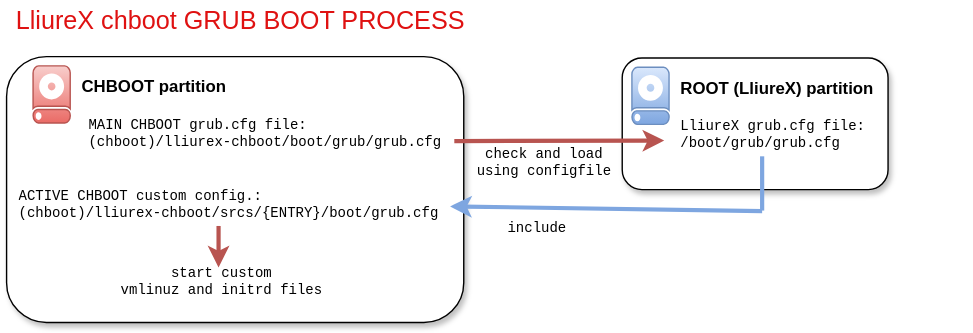
lliurex/lliurex-chboot keeps this draw.io diagram as images/chboot-boot.svg. Above is the earlier version. Source tidied: cells renumbered, new cells last; positions are measured from the earlier drawing's top-left corner, leaving out a move shared by most shapes.
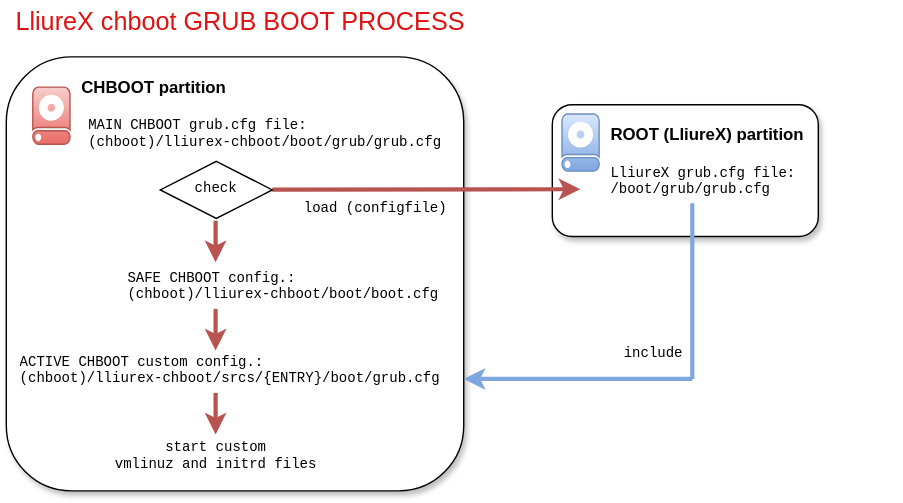
Later version of the same file.

Diff of the diagram source:
```diff
@@ -8,7 +8,7 @@
       </mxCell>
     </object>
     <mxCell id="3" style="rounded=1;whiteSpace=wrap;html=1;textShadow=0;labelBorderColor=default;spacingRight=0;labelBackgroundColor=none;spacingBottom=0;shadow=1;" parent="1" vertex="1">
-      <mxGeometry y="40" width="326.7" height="190" as="geometry" />
+      <mxGeometry y="40" width="326.7" height="310" as="geometry" />
     </mxCell>
     <object id="4" label="&lt;span style=&quot;text-wrap-mode: nowrap;&quot;&gt;&lt;font&gt;&lt;b&gt;CHBOOT&amp;nbsp;partition&lt;/b&gt;&amp;nbsp;&lt;/font&gt;&lt;/span&gt;" name="Variable" placeholders="1">
       <mxCell style="text;html=1;strokeColor=none;fillColor=none;align=left;verticalAlign=middle;whiteSpace=wrap;overflow=hidden;" parent="1" vertex="1">
@@ -21,66 +21,87 @@
       </mxCell>
     </object>
     <mxCell id="6" style="shadow=0;dashed=0;html=1;strokeColor=#b85450;fillColor=#f8cecc;labelPosition=center;verticalLabelPosition=bottom;verticalAlign=top;align=center;shape=mxgraph.veeam.2d.hard_drive;gradientColor=#ea6b66;" parent="1" vertex="1">
-      <mxGeometry x="18.9" y="46.6" width="26.7" height="40.8" as="geometry" />
+      <mxGeometry x="18.9" y="61.6" width="26.7" height="40.8" as="geometry" />
     </mxCell>
     <mxCell id="7" style="rounded=1;whiteSpace=wrap;html=1;textShadow=0;labelBorderColor=default;spacingRight=0;labelBackgroundColor=none;spacingBottom=0;shadow=1;" parent="1" vertex="1">
-      <mxGeometry x="440" y="41" width="190" height="94" as="geometry" />
+      <mxGeometry x="390" y="74.2" width="190" height="94" as="geometry" />
     </mxCell>
     <object id="8" label="&lt;span style=&quot;text-wrap-mode: nowrap;&quot;&gt;&lt;font&gt;&lt;b&gt;ROOT (LliureX) partition&lt;/b&gt;&amp;nbsp;&lt;/font&gt;&lt;/span&gt;" name="Variable" placeholders="1">
       <mxCell style="text;html=1;strokeColor=none;fillColor=none;align=left;verticalAlign=middle;whiteSpace=wrap;overflow=hidden;" parent="1" vertex="1">
-        <mxGeometry x="480" y="50.2" width="210" height="25" as="geometry" />
+        <mxGeometry x="430" y="83.5" width="210" height="25" as="geometry" />
       </mxCell>
     </object>
     <object id="9" label="LliureX grub.cfg file:&lt;br&gt;/boot/grub/grub.cfg" name="Variable" placeholders="1">
       <mxCell style="text;html=1;strokeColor=none;fillColor=none;align=left;verticalAlign=middle;whiteSpace=wrap;overflow=hidden;fontFamily=Courier New;fontSize=10;" parent="1" vertex="1">
-        <mxGeometry x="480" y="81.2" width="140" height="30" as="geometry" />
+        <mxGeometry x="430" y="114.5" width="140" height="30" as="geometry" />
       </mxCell>
     </object>
     <mxCell id="10" style="shadow=0;dashed=0;html=1;strokeColor=#6c8ebf;fillColor=#dae8fc;labelPosition=center;verticalLabelPosition=bottom;verticalAlign=top;align=center;shape=mxgraph.veeam.2d.hard_drive;gradientColor=#7ea6e0;" parent="1" vertex="1">
-      <mxGeometry x="446.9" y="47.6" width="26.7" height="40.8" as="geometry" />
+      <mxGeometry x="396.9" y="80.8" width="26.7" height="40.8" as="geometry" />
     </mxCell>
     <mxCell id="11" style="endArrow=classic;html=1;rounded=0;fillColor=#f8cecc;gradientColor=#ea6b66;strokeColor=#b85450;strokeWidth=3;" parent="1" edge="1">
       <mxGeometry relative="1" as="geometry">
-        <mxPoint x="320" y="100.3" as="sourcePoint" />
-        <mxPoint x="470" y="100" as="targetPoint" />
+        <mxPoint x="190" y="134.8" as="sourcePoint" />
+        <mxPoint x="410" y="134.5" as="targetPoint" />
       </mxGeometry>
     </mxCell>
-    <object id="12" label="check and load&lt;br&gt;using configfile" name="Variable" placeholders="1">
+    <object id="12" label="load (configfile)" name="Variable" placeholders="1">
       <mxCell style="text;html=1;strokeColor=none;fillColor=none;align=center;verticalAlign=middle;whiteSpace=wrap;overflow=hidden;fontFamily=Courier New;fontSize=10;" parent="1" vertex="1">
-        <mxGeometry x="332" y="95.2" width="105.3" height="40.8" as="geometry" />
+        <mxGeometry x="190" y="127.5" width="148.3" height="40.8" as="geometry" />
       </mxCell>
     </object>
     <object id="13" label="ACTIVE CHBOOT custom config.:&lt;br&gt;(chboot)/lliurex-chboot/srcs/{ENTRY}/boot/grub.cfg&lt;div&gt;&lt;br&gt;&lt;/div&gt;" name="Variable" placeholders="1">
       <mxCell style="text;html=1;strokeColor=none;fillColor=none;align=left;verticalAlign=middle;whiteSpace=wrap;overflow=hidden;fontFamily=Courier New;fontSize=10;" parent="1" vertex="1">
-        <mxGeometry x="7" y="132" width="310" height="30" as="geometry" />
+        <mxGeometry x="8.4" y="250" width="310" height="30" as="geometry" />
       </mxCell>
     </object>
     <mxCell id="14" style="endArrow=none;html=1;rounded=0;defaultLabelBackgroundColor=page;labelPadding=0 4;strokeWidth=3;fillColor=#cce5ff;strokeColor=#7EA6E0;" parent="1" edge="1">
       <mxGeometry relative="1" as="geometry">
-        <mxPoint x="540" y="150" as="sourcePoint" />
-        <mxPoint x="540" y="111.2" as="targetPoint" />
+        <mxPoint x="490" y="270" as="sourcePoint" />
+        <mxPoint x="490" y="144.5" as="targetPoint" />
       </mxGeometry>
     </mxCell>
-    <mxCell id="15" style="endArrow=classic;html=1;rounded=0;fillColor=#f8cecc;gradientColor=#ea6b66;strokeColor=#7EA6E0;strokeWidth=3;entryX=1;entryY=0.5;entryDx=0;entryDy=0;" parent="1" edge="1" target="13">
+    <mxCell id="15" style="endArrow=classic;html=1;rounded=0;fillColor=#f8cecc;gradientColor=#ea6b66;strokeColor=#7EA6E0;strokeWidth=3;entryX=1;entryY=0.5;entryDx=0;entryDy=0;" parent="1" edge="1">
       <mxGeometry relative="1" as="geometry">
-        <mxPoint x="540" y="150.3" as="sourcePoint" />
+        <mxPoint x="490" y="270" as="sourcePoint" />
+        <mxPoint x="326.7" y="270" as="targetPoint" />
       </mxGeometry>
     </mxCell>
     <object id="16" label="include" name="Variable" placeholders="1">
       <mxCell style="text;html=1;strokeColor=none;fillColor=none;align=center;verticalAlign=middle;whiteSpace=wrap;overflow=hidden;fontFamily=Courier New;fontSize=10;" parent="1" vertex="1">
-        <mxGeometry x="326.7" y="150" width="105.3" height="25" as="geometry" />
+        <mxGeometry x="410" y="240" width="105.3" height="25" as="geometry" />
       </mxCell>
     </object>
     <mxCell id="17" style="endArrow=classic;html=1;rounded=0;fillColor=#f8cecc;gradientColor=#ea6b66;strokeColor=#b85450;strokeWidth=3;" parent="1" edge="1">
       <mxGeometry relative="1" as="geometry">
-        <mxPoint x="151.5" y="161" as="sourcePoint" />
-        <mxPoint x="151.5" y="190.7" as="targetPoint" />
+        <mxPoint x="149.5" y="157" as="sourcePoint" />
+        <mxPoint x="149.5" y="186.7" as="targetPoint" />
       </mxGeometry>
     </mxCell>
     <object id="18" label="start custom&lt;br&gt;vmlinuz and initrd files" name="Variable" placeholders="1">
       <mxCell style="text;html=1;strokeColor=none;fillColor=none;align=center;verticalAlign=middle;whiteSpace=wrap;overflow=hidden;fontFamily=Courier New;fontSize=10;" parent="1" vertex="1">
-        <mxGeometry x="64" y="186" width="180" height="30" as="geometry" />
+        <mxGeometry x="60" y="310" width="180" height="30" as="geometry" />
       </mxCell>
     </object>
+    <mxCell id="19" value="&lt;font face=&quot;Courier New&quot; style=&quot;font-size: 10px;&quot;&gt;check&lt;/font&gt;" style="rhombus;whiteSpace=wrap;html=1;shapeInside=1;" parent="1" vertex="1">
+      <mxGeometry x="110" y="114.6" width="80" height="40.8" as="geometry" />
+    </mxCell>
+    <object id="20" label="SAFE CHBOOT config.:&lt;br&gt;(chboot)/lliurex-chboot/boot/boot.cfg&lt;div&gt;&lt;br&gt;&lt;/div&gt;" name="Variable" placeholders="1">
+      <mxCell style="text;html=1;strokeColor=none;fillColor=none;align=left;verticalAlign=middle;whiteSpace=wrap;overflow=hidden;fontFamily=Courier New;fontSize=10;" parent="1" vertex="1">
+        <mxGeometry x="85.4" y="190" width="231.6" height="30" as="geometry" />
+      </mxCell>
+    </object>
+    <mxCell id="21" style="endArrow=classic;html=1;rounded=0;fillColor=#f8cecc;gradientColor=#ea6b66;strokeColor=#b85450;strokeWidth=3;" parent="1" edge="1">
+      <mxGeometry relative="1" as="geometry">
+        <mxPoint x="149.5" y="220" as="sourcePoint" />
+        <mxPoint x="149.5" y="249.7" as="targetPoint" />
+      </mxGeometry>
+    </mxCell>
+    <mxCell id="22" style="endArrow=classic;html=1;rounded=0;fillColor=#f8cecc;gradientColor=#ea6b66;strokeColor=#b85450;strokeWidth=3;" parent="1" edge="1">
+      <mxGeometry relative="1" as="geometry">
+        <mxPoint x="149.5" y="280" as="sourcePoint" />
+        <mxPoint x="149.5" y="309.7" as="targetPoint" />
+      </mxGeometry>
+    </mxCell>
   </root>
 </mxGraphModel>
```
